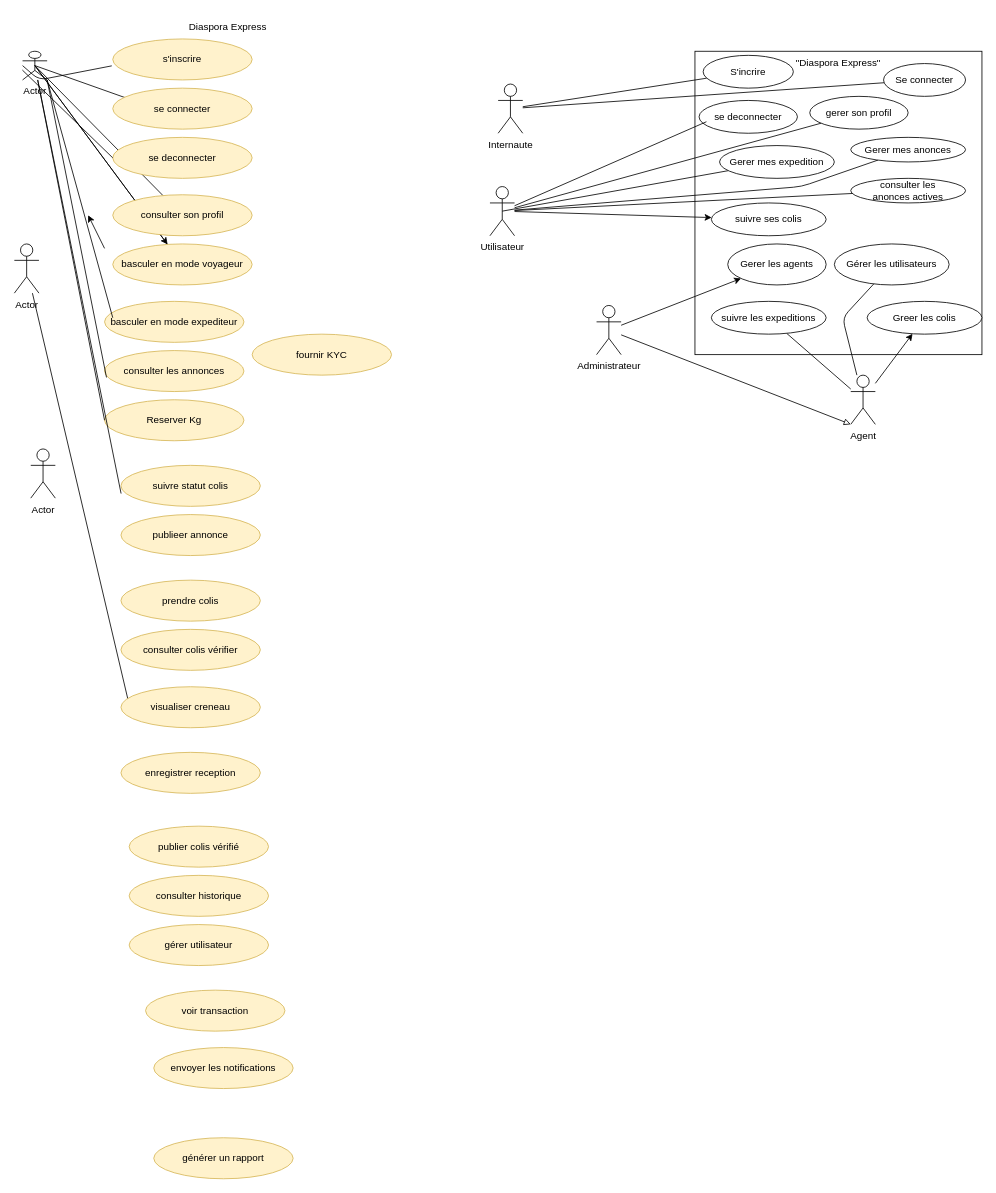
This is docs/Diagramme de cas utilisation.drawio from McChanel/Diaspora-Express, a draw.io file, before an edit. Source tidied: cells renumbered, new cells numbered last; positions are measured from the earlier drawing's top-left corner, leaving out a move shared by most shapes. Both pictures are drawn from the tidied source at 82%, with x=0, y=0 at pixel (14, 14).
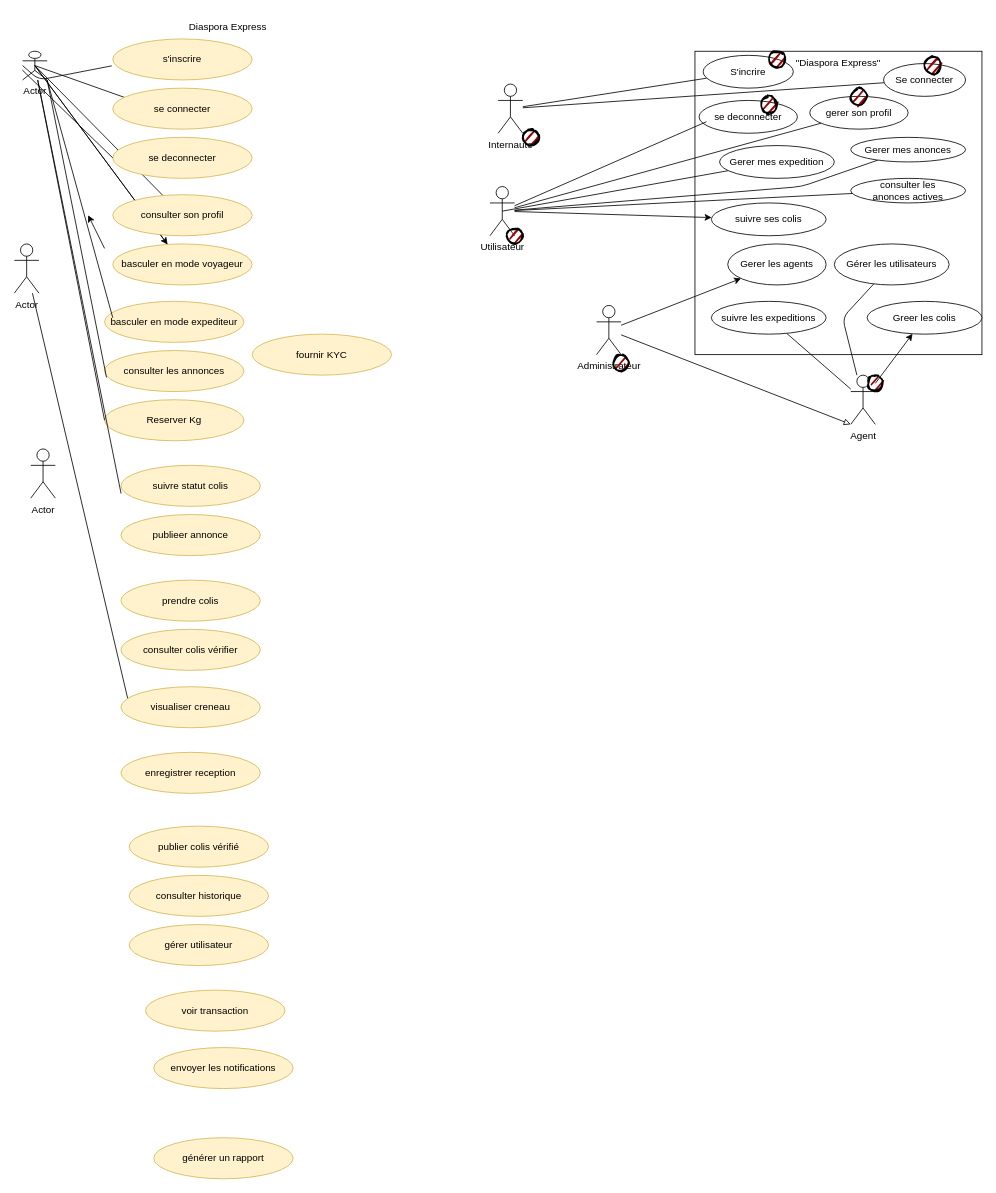
After the change.

Commit message (it also covers changes not shown here):
MAJ Class diagram

Change to the diagram source:
```diff
@@
+    <mxCell id="69" style="ellipse;whiteSpace=wrap;html=1;strokeWidth=2;fillWeight=2;hachureGap=8;fillColor=#990000;fillStyle=dots;sketch=1;" parent="1" vertex="1">
+      <mxGeometry x="920" y="45" width="20" height="20" as="geometry" />
+    </mxCell>
+    <mxCell id="70" style="ellipse;whiteSpace=wrap;html=1;strokeWidth=2;fillWeight=2;hachureGap=8;fillColor=#990000;fillStyle=dots;sketch=1;" parent="1" vertex="1">
+      <mxGeometry x="1110" y="52.5" width="20" height="20" as="geometry" />
+    </mxCell>
+    <mxCell id="71" style="ellipse;whiteSpace=wrap;html=1;strokeWidth=2;fillWeight=2;hachureGap=8;fillColor=#990000;fillStyle=dots;sketch=1;" parent="1" vertex="1">
+      <mxGeometry x="910" y="100" width="20" height="20" as="geometry" />
+    </mxCell>
+    <mxCell id="72" style="ellipse;whiteSpace=wrap;html=1;strokeWidth=2;fillWeight=2;hachureGap=8;fillColor=#990000;fillStyle=dots;sketch=1;" parent="1" vertex="1">
+      <mxGeometry x="1020" y="90" width="20" height="20" as="geometry" />
+    </mxCell>
+    <mxCell id="73" style="ellipse;whiteSpace=wrap;html=1;strokeWidth=2;fillWeight=2;hachureGap=8;fillColor=#990000;fillStyle=dots;sketch=1;" parent="1" vertex="1">
+      <mxGeometry x="620" y="140" width="20" height="20" as="geometry" />
+    </mxCell>
+    <mxCell id="74" style="ellipse;whiteSpace=wrap;html=1;strokeWidth=2;fillWeight=2;hachureGap=8;fillColor=#990000;fillStyle=dots;sketch=1;" parent="1" vertex="1">
+      <mxGeometry x="600" y="260" width="20" height="20" as="geometry" />
+    </mxCell>
+    <mxCell id="75" style="ellipse;whiteSpace=wrap;html=1;strokeWidth=2;fillWeight=2;hachureGap=8;fillColor=#990000;fillStyle=dots;sketch=1;" parent="1" vertex="1">
+      <mxGeometry x="730" y="415" width="20" height="20" as="geometry" />
+    </mxCell>
+    <mxCell id="76" style="ellipse;whiteSpace=wrap;html=1;strokeWidth=2;fillWeight=2;hachureGap=8;fillColor=#990000;fillStyle=dots;sketch=1;" parent="1" vertex="1">
+      <mxGeometry x="1040" y="440" width="20" height="20" as="geometry" />
+    </mxCell>
```
